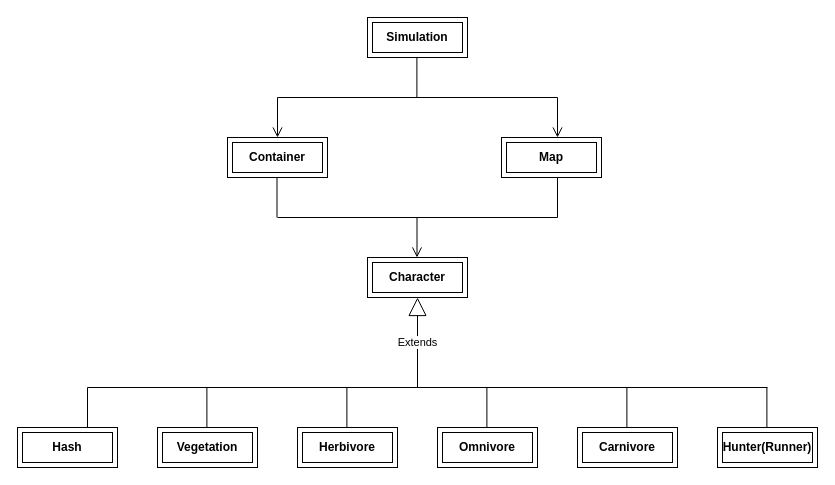
Above: programming PMA.drawio in sunmiao0301/Public-Pic-Bed (draw.io), before the change. Source tidied: cells renumbered, new cells numbered last; positions are measured from the earlier drawing's top-left corner, leaving out a move shared by most shapes. Both pictures are drawn from the tidied source at 100%, with x=0, y=0 at pixel (17, 17).
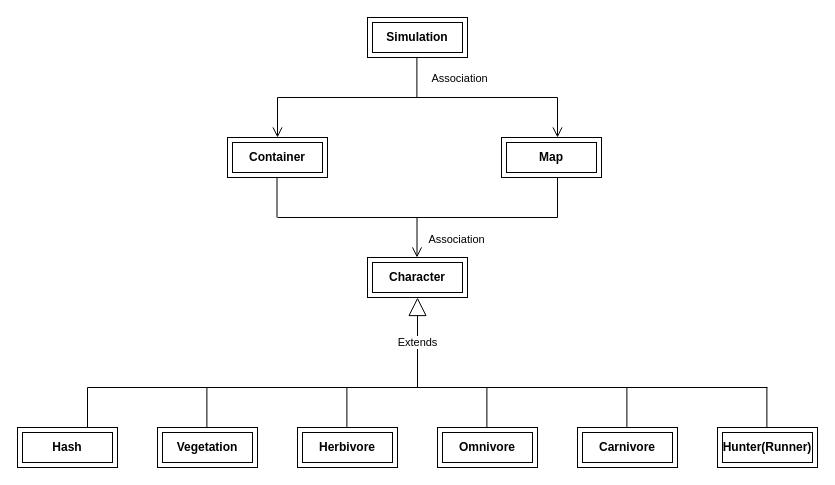
The same diagram, later.

The change refers to these unchanged cells:
```xml
<mxCell id="18" style="endArrow=none;html=1;rounded=0;" parent="1" edge="1">
  <mxGeometry relative="1" as="geometry">
    <mxPoint x="260" y="80" as="sourcePoint" />
    <mxPoint x="540" y="80" as="targetPoint" />
  </mxGeometry>
</mxCell>
```

What changed in the source:
```diff
@@
+    <mxCell id="28" value="Association" style="edgeLabel;html=1;align=center;verticalAlign=middle;" parent="18" vertex="1">
+      <mxGeometry x="-0.46" y="-1" relative="1" as="geometry">
+        <mxPoint x="105" y="-21" as="offset" />
+      </mxGeometry>
+    </mxCell>
@@
+    <mxCell id="29" value="Association" style="edgeLabel;html=1;align=center;verticalAlign=middle;" parent="1" vertex="1">
+      <mxGeometry x="420" y="140" as="geometry">
+        <mxPoint x="18" y="81" as="offset" />
+      </mxGeometry>
+    </mxCell>
```
